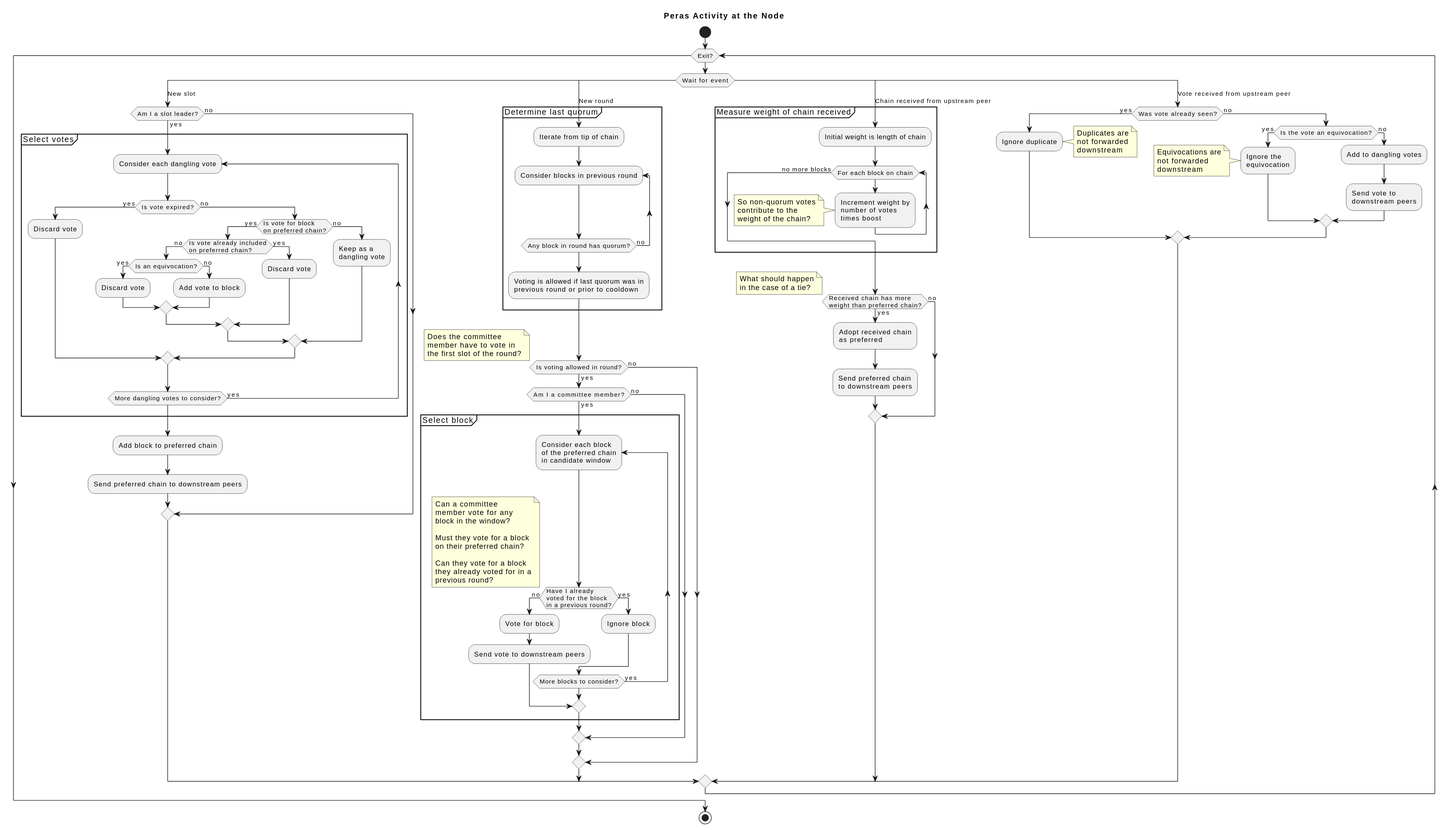
Earlier version of the PlantUML export docs/diagrams/peras-activity.svg (input-output-hk/peras-design). The source it was exported from:
```plantuml
@startuml
title Peras Activity at the Node
start
while (Exit?)
  switch (Wait for event)
    case (New slot)
      if (Am I a slot leader?) then (yes)
        group Select votes
          repeat :Consider each dangling vote;
            if (Is vote expired?) then (yes)
              :Discard vote;
            else (no)
              if (Is vote for block\non preferred chain?) then (yes)
                if (Is vote already included\non preferred chain?) then (no)
                  if (Is an equivocation?) then (yes)
                    :Discard vote;
                  else (no)
                    :Add vote to block;
                  endif
                else (yes)
                  :Discard vote;
                endif
              else (no)
                :Keep as a\ndangling vote;
              endif
            endif
          repeat while (More dangling votes to consider?) is (yes)
        end group
        :Add block to preferred chain;
        :Send preferred chain to downstream peers;
      else (no)
      endif
    case (New round)
      group (Determine last quorum)
        :Iterate from tip of chain;
        repeat :Consider blocks in previous round;
        repeat while (Any block in round has quorum?) is (no)
        :Voting is allowed if last quorum was in\nprevious round or prior to cooldown;
      end group
      if (Is voting allowed in round?) then (yes)
        note left:Does the committee\nmember have to vote in\nthe first slot of the round?
        if (Am I a committee member?) then (yes)
          group Select block
            repeat :Consider each block\nof the preferred chain\nin candidate window;
              if (Have I already\nvoted for the block\nin a previous round?) then (no)
                :Vote for block;
                :Send vote to downstream peers;
                break
              else (yes)
                :Ignore block;
              endif
              note left:Can a committee\nmember vote for any\nblock in the window?\n\nMust they vote for a block\non their preferred chain?\n\nCan they vote for a block\nthey already voted for in a\nprevious round?
            repeat while (More blocks to consider?) is (yes)
          end group
        else (no)
        endif
      else (no)
      endif
    case (Chain received from upstream peer)
    group Measure weight of chain received
      :Initial weight is length of chain;
      while (For each block on chain)
        :Increment weight by\nnumber of votes\ntimes boost;
        note left: So non-quorum votes\ncontribute to the\nweight of the chain?
      endWhile (no more blocks)
    end group
    if (Received chain has more\nweight than preferred chain?) then (yes)
      note left:What should happen\nin the case of a tie?
      :Adopt received chain\nas preferred;
      :Send preferred chain\nto downstream peers;
    else (no)
    endif
    case (Vote received from upstream peer)
      if (Was vote already seen?) then (yes)
        :Ignore duplicate;
        note right:Duplicates are\nnot forwarded\ndownstream
      else (no)
        if (Is the vote an equivocation?) then (yes)
          :Ignore the\nequivocation;
          note left:Equivocations are\nnot forwarded\ndownstream
        else (no)
          :Add to dangling votes;
          :Send vote to\ndownstream peers;
        endif
      endif
  endswitch
endWhile
stop
@enduml
```
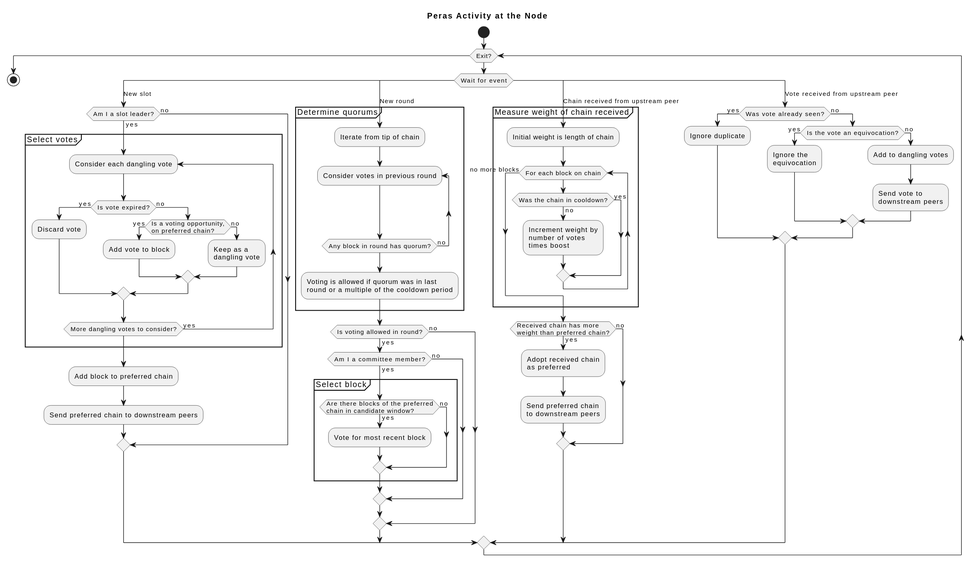
After the change.

Commit message:
Revised UML activity diagram, based on Sandro's feedback.

What changed in the source:
```diff
@@ -10,16 +10,8 @@
             if (Is vote expired?) then (yes)
               :Discard vote;
             else (no)
-              if (Is vote for block\non preferred chain?) then (yes)
-                if (Is vote already included\non preferred chain?) then (no)
-                  if (Is an equivocation?) then (yes)
-                    :Discard vote;
-                  else (no)
-                    :Add vote to block;
-                  endif
-                else (yes)
-                  :Discard vote;
-                endif
+              if (Is a voting opportunity,\non preferred chain?) then (yes)
+                :Add vote to block;
               else (no)
                 :Keep as a\ndangling vote;
               endif
@@ -31,26 +23,19 @@
       else (no)
       endif
     case (New round)
-      group (Determine last quorum)
+      group (Determine quorums)
         :Iterate from tip of chain;
-        repeat :Consider blocks in previous round;
+        repeat :Consider votes in previous round;
         repeat while (Any block in round has quorum?) is (no)
-        :Voting is allowed if last quorum was in\nprevious round or prior to cooldown;
+        :Voting is allowed if quorum was in last\nround or a multiple of the cooldown period;
       end group
       if (Is voting allowed in round?) then (yes)
-        note left:Does the committee\nmember have to vote in\nthe first slot of the round?
         if (Am I a committee member?) then (yes)
           group Select block
-            repeat :Consider each block\nof the preferred chain\nin candidate window;
-              if (Have I already\nvoted for the block\nin a previous round?) then (no)
-                :Vote for block;
-                :Send vote to downstream peers;
-                break
-              else (yes)
-                :Ignore block;
-              endif
-              note left:Can a committee\nmember vote for any\nblock in the window?\n\nMust they vote for a block\non their preferred chain?\n\nCan they vote for a block\nthey already voted for in a\nprevious round?
-            repeat while (More blocks to consider?) is (yes)
+            if (Are there blocks of the preferred\nchain in candidate window?) then (yes)
+              :Vote for most recent block;
+            else (no)
+            endif
           end group
         else (no)
         endif
@@ -60,12 +45,13 @@
     group Measure weight of chain received
       :Initial weight is length of chain;
       while (For each block on chain)
-        :Increment weight by\nnumber of votes\ntimes boost;
-        note left: So non-quorum votes\ncontribute to the\nweight of the chain?
+        if (Was the chain in cooldown?) then (no)
+          :Increment weight by\nnumber of votes\ntimes boost;
+        else (yes)
+        endif
       endWhile (no more blocks)
     end group
     if (Received chain has more\nweight than preferred chain?) then (yes)
-      note left:What should happen\nin the case of a tie?
       :Adopt received chain\nas preferred;
       :Send preferred chain\nto downstream peers;
     else (no)
@@ -73,11 +59,9 @@
     case (Vote received from upstream peer)
       if (Was vote already seen?) then (yes)
         :Ignore duplicate;
-        note right:Duplicates are\nnot forwarded\ndownstream
       else (no)
         if (Is the vote an equivocation?) then (yes)
           :Ignore the\nequivocation;
-          note left:Equivocations are\nnot forwarded\ndownstream
         else (no)
           :Add to dangling votes;
           :Send vote to\ndownstream peers;
```
